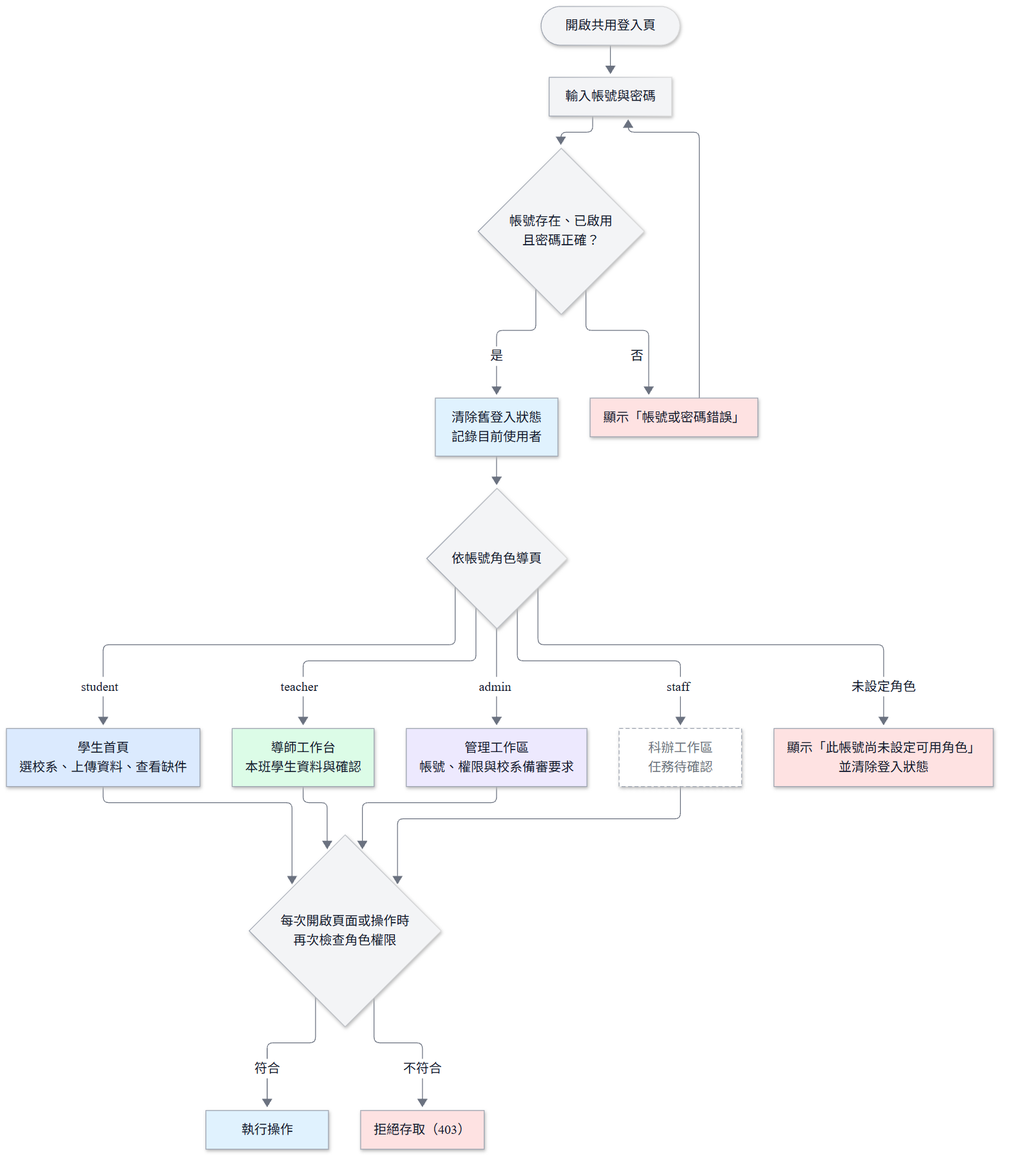
The Mermaid diagram docs/images/D-02-login-role-routing.png in vujhdcusa/1028, before a commit. Its source is kept beside it as docs/images/D-02-login-role-routing.mmd.
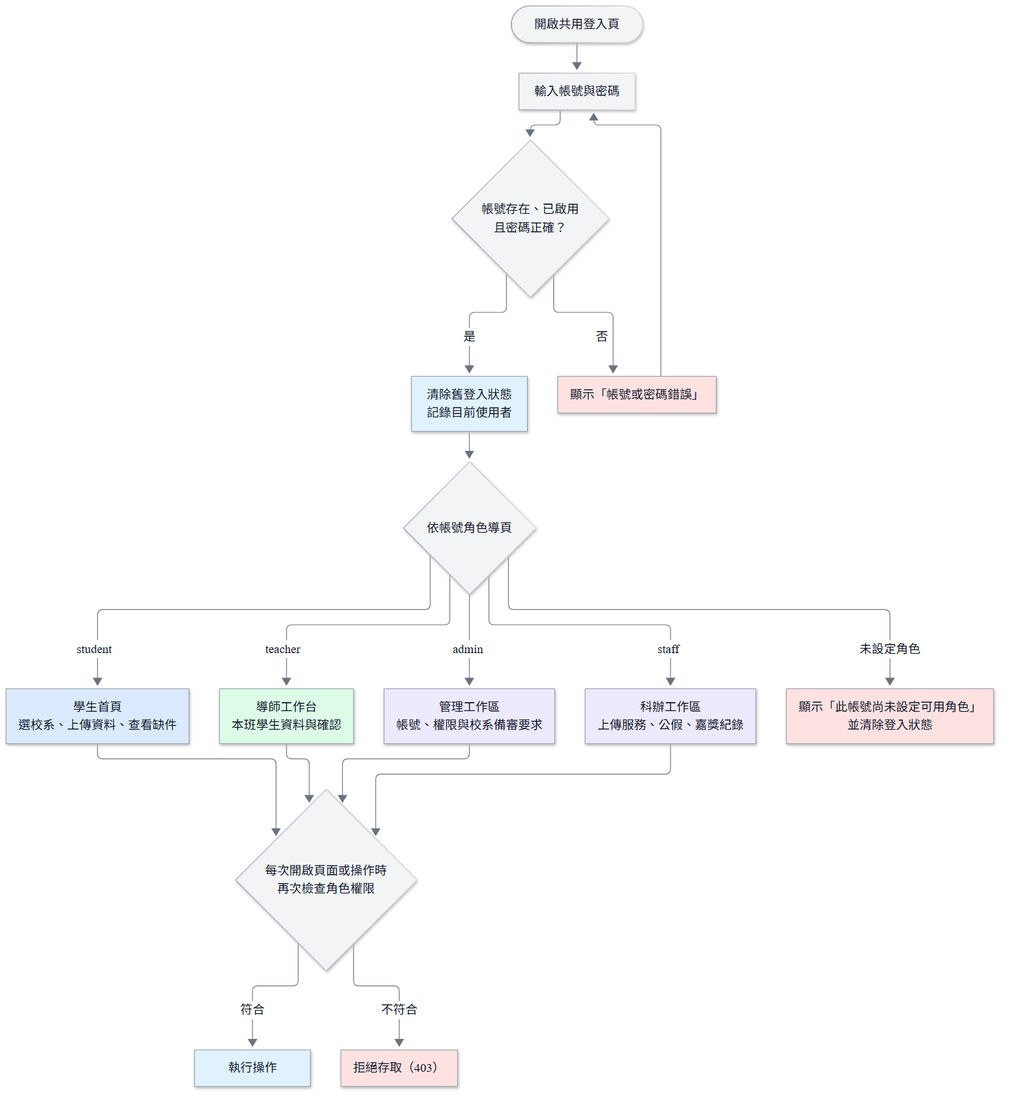
Later version of the same file.

The edit, as a diff of the source:
```diff
@@ -4,6 +4,7 @@
     classDef student fill:#DBEAFE,stroke:#9CA3AF,color:#111827,stroke-width:1px;
     classDef teacher fill:#DCFCE7,stroke:#9CA3AF,color:#111827,stroke-width:1px;
     classDef admin fill:#EDE9FE,stroke:#9CA3AF,color:#111827,stroke-width:1px;
+    classDef staff fill:#EDE9FE,stroke:#9CA3AF,color:#111827,stroke-width:1px;
     classDef alert fill:#FEE2E2,stroke:#9CA3AF,color:#111827,stroke-width:1px;
     classDef pending fill:#FFFFFF,stroke:#9CA3AF,color:#6B7280,stroke-width:1px,stroke-dasharray:5 3;
 
@@ -16,7 +17,7 @@
     Role -- student --> S[學生首頁<br/>選校系、上傳資料、查看缺件]:::student
     Role -- teacher --> T[導師工作台<br/>本班學生資料與確認]:::teacher
     Role -- admin --> A[管理工作區<br/>帳號、權限與校系備審要求]:::admin
-    Role -- staff --> F[科辦工作區<br/>任務待確認]:::pending
+    Role -- staff --> F[科辦工作區<br/>上傳服務、公假、嘉獎紀錄]:::staff
     Role -- 未設定角色 --> NoRole[顯示「此帳號尚未設定可用角色」<br/>並清除登入狀態]:::alert
     S --> Guard{每次開啟頁面或操作時<br/>再次檢查角色權限}
     T --> Guard
```
